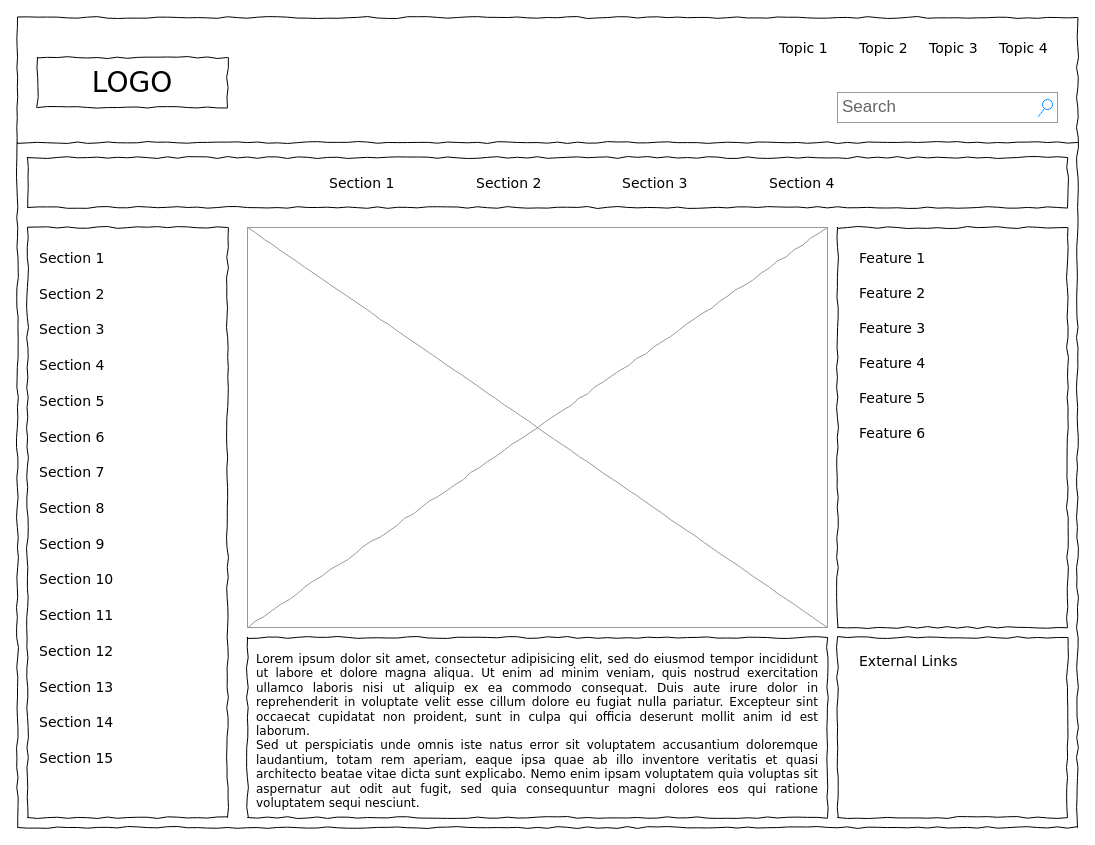
Earlier version of the draw.io diagram biodiversity.drawio (MichelleMcLernon/MichelleMcLernon). Source tidied: cells renumbered, new cells numbered last; positions are measured from the earlier drawing's top-left corner, leaving out a move shared by most shapes. Both pictures are drawn from the tidied source at 100%, with x=0, y=0 at pixel (17, 17).
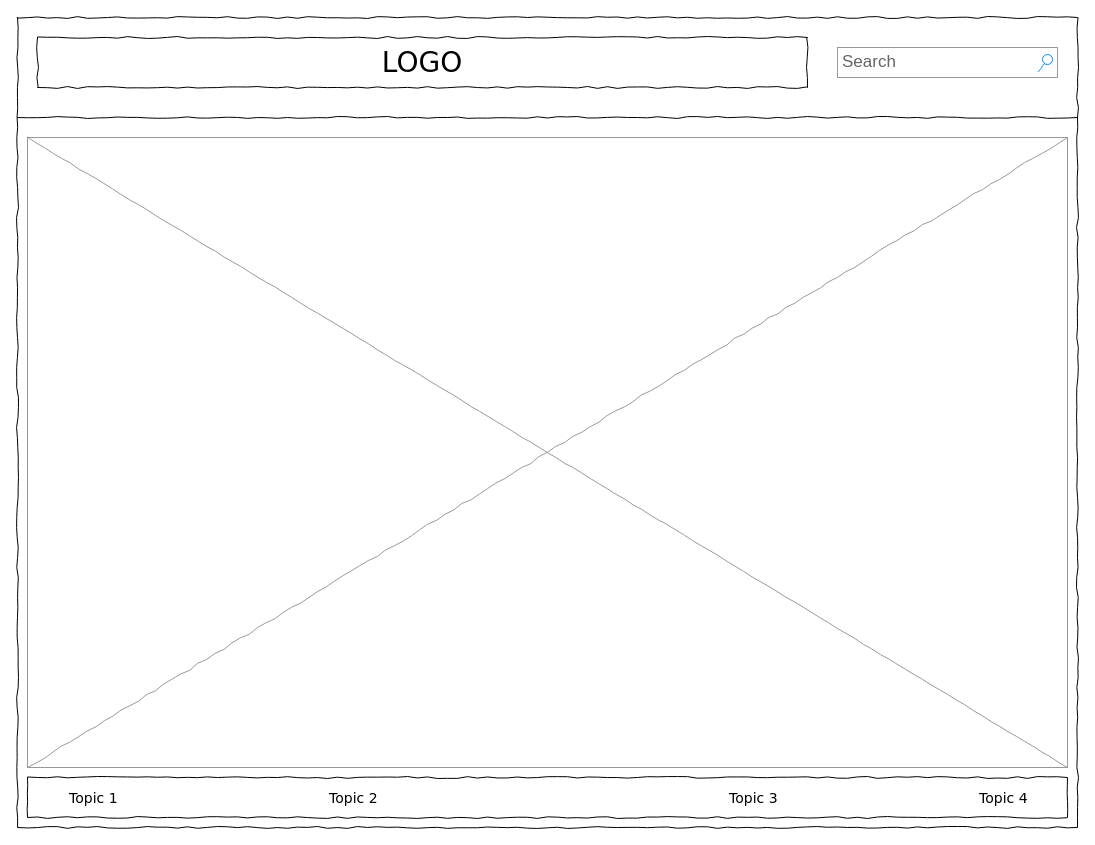
After the change.

What changed in the source:
```diff
@@
     <mxCell id="3" value="LOGO" style="whiteSpace=wrap;html=1;rounded=0;shadow=0;labelBackgroundColor=none;strokeWidth=1;fontFamily=Verdana;fontSize=28;align=center;comic=1;" parent="1" vertex="1">
-      <mxGeometry x="20" y="40" width="190" height="50" as="geometry" />
+      <mxGeometry x="20" y="20" width="770" height="50" as="geometry" />
     </mxCell>
     <mxCell id="4" value="Search" style="strokeWidth=1;shadow=0;dashed=0;align=center;html=1;shape=mxgraph.mockup.forms.searchBox;strokeColor=#999999;mainText=;strokeColor2=#008cff;fontColor=#666666;fontSize=17;align=left;spacingLeft=3;rounded=0;labelBackgroundColor=none;comic=1;" parent="1" vertex="1">
-      <mxGeometry x="820" y="75" width="220" height="30" as="geometry" />
+      <mxGeometry x="820" y="30" width="220" height="30" as="geometry" />
     </mxCell>
     <mxCell id="5" value="Topic 1" style="text;html=1;align=left;verticalAlign=top;spacingTop=-4;fontSize=14;fontFamily=Verdana;" parent="1" vertex="1">
-      <mxGeometry x="760" y="20" width="60" height="20" as="geometry" />
+      <mxGeometry x="50" y="770" width="60" height="20" as="geometry" />
     </mxCell>
+    <mxCell id="10" style="line;strokeWidth=1;html=1;rounded=0;shadow=0;labelBackgroundColor=none;fillColor=none;fontFamily=Verdana;fontSize=14;fontColor=#000000;align=center;comic=1;" parent="1" vertex="1">
+      <mxGeometry y="80" width="1060" height="40" as="geometry" />
+    </mxCell>
+    <mxCell id="16" value="&lt;div style=&quot;text-align: justify&quot;&gt;&lt;br&gt;&lt;/div&gt;" style="whiteSpace=wrap;html=1;rounded=0;shadow=0;labelBackgroundColor=none;strokeWidth=1;fillColor=none;fontFamily=Verdana;fontSize=12;align=center;verticalAlign=top;spacing=10;comic=1;" parent="1" vertex="1">
+      <mxGeometry x="10" y="760" width="1040" height="40" as="geometry" />
+    </mxCell>
+    <mxCell id="17" style="verticalLabelPosition=bottom;shadow=0;dashed=0;align=center;html=1;verticalAlign=top;strokeWidth=1;shape=mxgraph.mockup.graphics.simpleIcon;strokeColor=#999999;rounded=0;labelBackgroundColor=none;fontFamily=Verdana;fontSize=14;fontColor=#000000;comic=1;" parent="1" vertex="1">
+      <mxGeometry x="10" y="120" width="1040" height="630" as="geometry" />
+    </mxCell>
     <mxCell id="6" value="Topic 2" style="text;html=1;align=left;verticalAlign=top;spacingTop=-4;fontSize=14;fontFamily=Verdana;" parent="1" vertex="1">
-      <mxGeometry x="840" y="20" width="60" height="20" as="geometry" />
+      <mxGeometry x="310" y="770" width="60" height="20" as="geometry" />
     </mxCell>
     <mxCell id="7" value="Topic 3" style="text;html=1;align=left;verticalAlign=top;spacingTop=-4;fontSize=14;fontFamily=Verdana;" parent="1" vertex="1">
-      <mxGeometry x="910" y="20" width="60" height="20" as="geometry" />
+      <mxGeometry x="710" y="770" width="60" height="20" as="geometry" />
     </mxCell>
     <mxCell id="8" value="Topic 4" style="text;html=1;align=left;verticalAlign=top;spacingTop=-4;fontSize=14;fontFamily=Verdana;" parent="1" vertex="1">
-      <mxGeometry x="980" y="20" width="60" height="20" as="geometry" />
+      <mxGeometry x="960" y="770" width="60" height="20" as="geometry" />
     </mxCell>
-    <mxCell id="9" style="whiteSpace=wrap;html=1;rounded=0;shadow=0;labelBackgroundColor=none;strokeWidth=1;fillColor=none;fontFamily=Verdana;fontSize=12;align=center;comic=1;" parent="1" vertex="1">
-      <mxGeometry x="10" y="210" width="200" height="590" as="geometry" />
-    </mxCell>
-    <mxCell id="10" style="line;strokeWidth=1;html=1;rounded=0;shadow=0;labelBackgroundColor=none;fillColor=none;fontFamily=Verdana;fontSize=14;fontColor=#000000;align=center;comic=1;" parent="1" vertex="1">
-      <mxGeometry y="120" width="1060" height="10" as="geometry" />
-    </mxCell>
-    <mxCell id="11" style="whiteSpace=wrap;html=1;rounded=0;shadow=0;labelBackgroundColor=none;strokeWidth=1;fillColor=none;fontFamily=Verdana;fontSize=12;align=center;comic=1;" parent="1" vertex="1">
-      <mxGeometry x="10" y="140" width="1040" height="50" as="geometry" />
-    </mxCell>
-    <mxCell id="12" value="Section 1" style="text;html=1;align=left;verticalAlign=top;spacingTop=-4;fontSize=14;fontFamily=Verdana;" parent="1" vertex="1">
-      <mxGeometry x="310" y="155" width="60" height="20" as="geometry" />
-    </mxCell>
-    <mxCell id="13" value="Section 2" style="text;html=1;align=left;verticalAlign=top;spacingTop=-4;fontSize=14;fontFamily=Verdana;" parent="1" vertex="1">
-      <mxGeometry x="457" y="155" width="60" height="20" as="geometry" />
-    </mxCell>
-    <mxCell id="14" value="Section 3" style="text;html=1;align=left;verticalAlign=top;spacingTop=-4;fontSize=14;fontFamily=Verdana;" parent="1" vertex="1">
-      <mxGeometry x="603" y="155" width="60" height="20" as="geometry" />
-    </mxCell>
-    <mxCell id="15" value="Section 4" style="text;html=1;align=left;verticalAlign=top;spacingTop=-4;fontSize=14;fontFamily=Verdana;" parent="1" vertex="1">
-      <mxGeometry x="750" y="155" width="60" height="20" as="geometry" />
-    </mxCell>
-    <mxCell id="16" value="&lt;div style=&quot;text-align: justify&quot;&gt;&lt;span&gt;Lorem ipsum dolor sit amet, consectetur adipisicing elit, sed do eiusmod tempor incididunt ut labore et dolore magna aliqua. Ut enim ad minim veniam, quis nostrud exercitation ullamco laboris nisi ut aliquip ex ea commodo consequat. Duis aute irure dolor in reprehenderit in voluptate velit esse cillum dolore eu fugiat nulla pariatur. Excepteur sint occaecat cupidatat non proident, sunt in culpa qui officia deserunt mollit anim id est laborum.&lt;/span&gt;&lt;/div&gt;&lt;div style=&quot;text-align: justify&quot;&gt;&lt;span&gt;Sed ut perspiciatis unde omnis iste natus error sit voluptatem accusantium doloremque laudantium, totam rem aperiam, eaque ipsa quae ab illo inventore veritatis et quasi architecto beatae vitae dicta sunt explicabo. Nemo enim ipsam voluptatem quia voluptas sit aspernatur aut odit aut fugit, sed quia consequuntur magni dolores eos qui ratione voluptatem sequi nesciunt.&amp;nbsp;&lt;/span&gt;&lt;/div&gt;" style="whiteSpace=wrap;html=1;rounded=0;shadow=0;labelBackgroundColor=none;strokeWidth=1;fillColor=none;fontFamily=Verdana;fontSize=12;align=center;verticalAlign=top;spacing=10;comic=1;" parent="1" vertex="1">
-      <mxGeometry x="230" y="620" width="580" height="180" as="geometry" />
-    </mxCell>
-    <mxCell id="17" style="verticalLabelPosition=bottom;shadow=0;dashed=0;align=center;html=1;verticalAlign=top;strokeWidth=1;shape=mxgraph.mockup.graphics.simpleIcon;strokeColor=#999999;rounded=0;labelBackgroundColor=none;fontFamily=Verdana;fontSize=14;fontColor=#000000;comic=1;" parent="1" vertex="1">
-      <mxGeometry x="230" y="210" width="580" height="400" as="geometry" />
-    </mxCell>
-    <mxCell id="18" style="whiteSpace=wrap;html=1;rounded=0;shadow=0;labelBackgroundColor=none;strokeWidth=1;fillColor=none;fontFamily=Verdana;fontSize=12;align=center;comic=1;" parent="1" vertex="1">
-      <mxGeometry x="820" y="210" width="230" height="400" as="geometry" />
-    </mxCell>
-    <mxCell id="19" style="whiteSpace=wrap;html=1;rounded=0;shadow=0;labelBackgroundColor=none;strokeWidth=1;fillColor=none;fontFamily=Verdana;fontSize=12;align=center;comic=1;" parent="1" vertex="1">
-      <mxGeometry x="820" y="620" width="230" height="180" as="geometry" />
-    </mxCell>
-    <mxCell id="20" value="Section 1" style="text;html=1;align=left;verticalAlign=top;spacingTop=-4;fontSize=14;fontFamily=Verdana;" parent="1" vertex="1">
-      <mxGeometry x="20" y="230" width="170" height="20" as="geometry" />
-    </mxCell>
-    <mxCell id="21" value="Section 2" style="text;html=1;align=left;verticalAlign=top;spacingTop=-4;fontSize=14;fontFamily=Verdana;" parent="1" vertex="1">
-      <mxGeometry x="20" y="266" width="170" height="20" as="geometry" />
-    </mxCell>
-    <mxCell id="22" value="Section 3" style="text;html=1;align=left;verticalAlign=top;spacingTop=-4;fontSize=14;fontFamily=Verdana;" parent="1" vertex="1">
-      <mxGeometry x="20" y="301" width="170" height="20" as="geometry" />
-    </mxCell>
-    <mxCell id="23" value="Section 4" style="text;html=1;align=left;verticalAlign=top;spacingTop=-4;fontSize=14;fontFamily=Verdana;" parent="1" vertex="1">
-      <mxGeometry x="20" y="337" width="170" height="20" as="geometry" />
-    </mxCell>
-    <mxCell id="24" value="Section 7" style="text;html=1;align=left;verticalAlign=top;spacingTop=-4;fontSize=14;fontFamily=Verdana;" parent="1" vertex="1">
-      <mxGeometry x="20" y="444" width="170" height="20" as="geometry" />
-    </mxCell>
-    <mxCell id="25" value="Section 8" style="text;html=1;align=left;verticalAlign=top;spacingTop=-4;fontSize=14;fontFamily=Verdana;" parent="1" vertex="1">
-      <mxGeometry x="20" y="480" width="170" height="20" as="geometry" />
-    </mxCell>
-    <mxCell id="26" value="Section 9" style="text;html=1;align=left;verticalAlign=top;spacingTop=-4;fontSize=14;fontFamily=Verdana;" parent="1" vertex="1">
-      <mxGeometry x="20" y="516" width="170" height="20" as="geometry" />
-    </mxCell>
-    <mxCell id="27" value="Section 10" style="text;html=1;align=left;verticalAlign=top;spacingTop=-4;fontSize=14;fontFamily=Verdana;" parent="1" vertex="1">
-      <mxGeometry x="20" y="551" width="170" height="20" as="geometry" />
-    </mxCell>
-    <mxCell id="28" value="Section 11" style="text;html=1;align=left;verticalAlign=top;spacingTop=-4;fontSize=14;fontFamily=Verdana;" parent="1" vertex="1">
-      <mxGeometry x="20" y="587" width="170" height="20" as="geometry" />
-    </mxCell>
-    <mxCell id="29" value="Section 12" style="text;html=1;align=left;verticalAlign=top;spacingTop=-4;fontSize=14;fontFamily=Verdana;" parent="1" vertex="1">
-      <mxGeometry x="20" y="623" width="170" height="20" as="geometry" />
-    </mxCell>
-    <mxCell id="30" value="Section 13" style="text;html=1;align=left;verticalAlign=top;spacingTop=-4;fontSize=14;fontFamily=Verdana;" parent="1" vertex="1">
-      <mxGeometry x="20" y="659" width="170" height="20" as="geometry" />
-    </mxCell>
-    <mxCell id="31" value="Section 14" style="text;html=1;align=left;verticalAlign=top;spacingTop=-4;fontSize=14;fontFamily=Verdana;" parent="1" vertex="1">
-      <mxGeometry x="20" y="694" width="170" height="20" as="geometry" />
-    </mxCell>
-    <mxCell id="32" value="Section 5" style="text;html=1;align=left;verticalAlign=top;spacingTop=-4;fontSize=14;fontFamily=Verdana;" parent="1" vertex="1">
-      <mxGeometry x="20" y="373" width="170" height="20" as="geometry" />
-    </mxCell>
-    <mxCell id="33" value="Section 6" style="text;html=1;align=left;verticalAlign=top;spacingTop=-4;fontSize=14;fontFamily=Verdana;" parent="1" vertex="1">
-      <mxGeometry x="20" y="409" width="170" height="20" as="geometry" />
-    </mxCell>
-    <mxCell id="34" value="Section 15" style="text;html=1;align=left;verticalAlign=top;spacingTop=-4;fontSize=14;fontFamily=Verdana;" parent="1" vertex="1">
-      <mxGeometry x="20" y="730" width="170" height="20" as="geometry" />
-    </mxCell>
-    <mxCell id="35" value="External Links" style="text;html=1;align=left;verticalAlign=top;spacingTop=-4;fontSize=14;fontFamily=Verdana;" parent="1" vertex="1">
-      <mxGeometry x="840" y="633" width="170" height="20" as="geometry" />
-    </mxCell>
-    <mxCell id="36" value="Feature 1" style="text;html=1;align=left;verticalAlign=top;spacingTop=-4;fontSize=14;fontFamily=Verdana;" parent="1" vertex="1">
-      <mxGeometry x="840" y="230" width="170" height="20" as="geometry" />
-    </mxCell>
-    <mxCell id="37" value="Feature 2" style="text;html=1;align=left;verticalAlign=top;spacingTop=-4;fontSize=14;fontFamily=Verdana;" parent="1" vertex="1">
-      <mxGeometry x="840" y="265" width="170" height="20" as="geometry" />
-    </mxCell>
-    <mxCell id="38" value="Feature 3" style="text;html=1;align=left;verticalAlign=top;spacingTop=-4;fontSize=14;fontFamily=Verdana;" parent="1" vertex="1">
-      <mxGeometry x="840" y="300" width="170" height="20" as="geometry" />
-    </mxCell>
-    <mxCell id="39" value="Feature 4" style="text;html=1;align=left;verticalAlign=top;spacingTop=-4;fontSize=14;fontFamily=Verdana;" parent="1" vertex="1">
-      <mxGeometry x="840" y="335" width="170" height="20" as="geometry" />
-    </mxCell>
-    <mxCell id="40" value="Feature 5" style="text;html=1;align=left;verticalAlign=top;spacingTop=-4;fontSize=14;fontFamily=Verdana;" parent="1" vertex="1">
-      <mxGeometry x="840" y="370" width="170" height="20" as="geometry" />
-    </mxCell>
-    <mxCell id="41" value="Feature 6" style="text;html=1;align=left;verticalAlign=top;spacingTop=-4;fontSize=14;fontFamily=Verdana;" parent="1" vertex="1">
-      <mxGeometry x="840" y="405" width="170" height="20" as="geometry" />
-    </mxCell>
```
